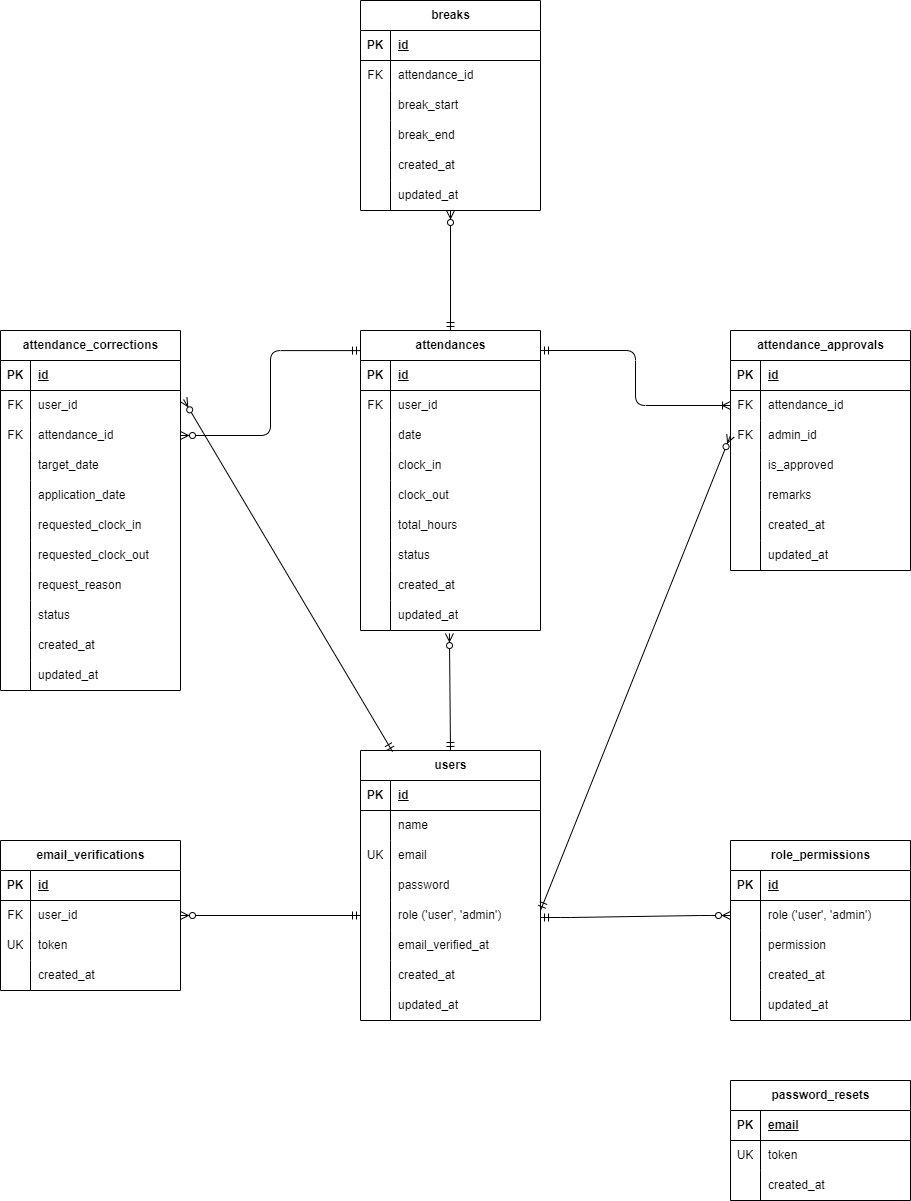
Before: ER.drawio.png, a diagram exported from draw.io (shimodum/mockcase-attendance). Source tidied: cells renumbered, new cells last; positions are measured from the earlier drawing's top-left corner, leaving out a move shared by most shapes.
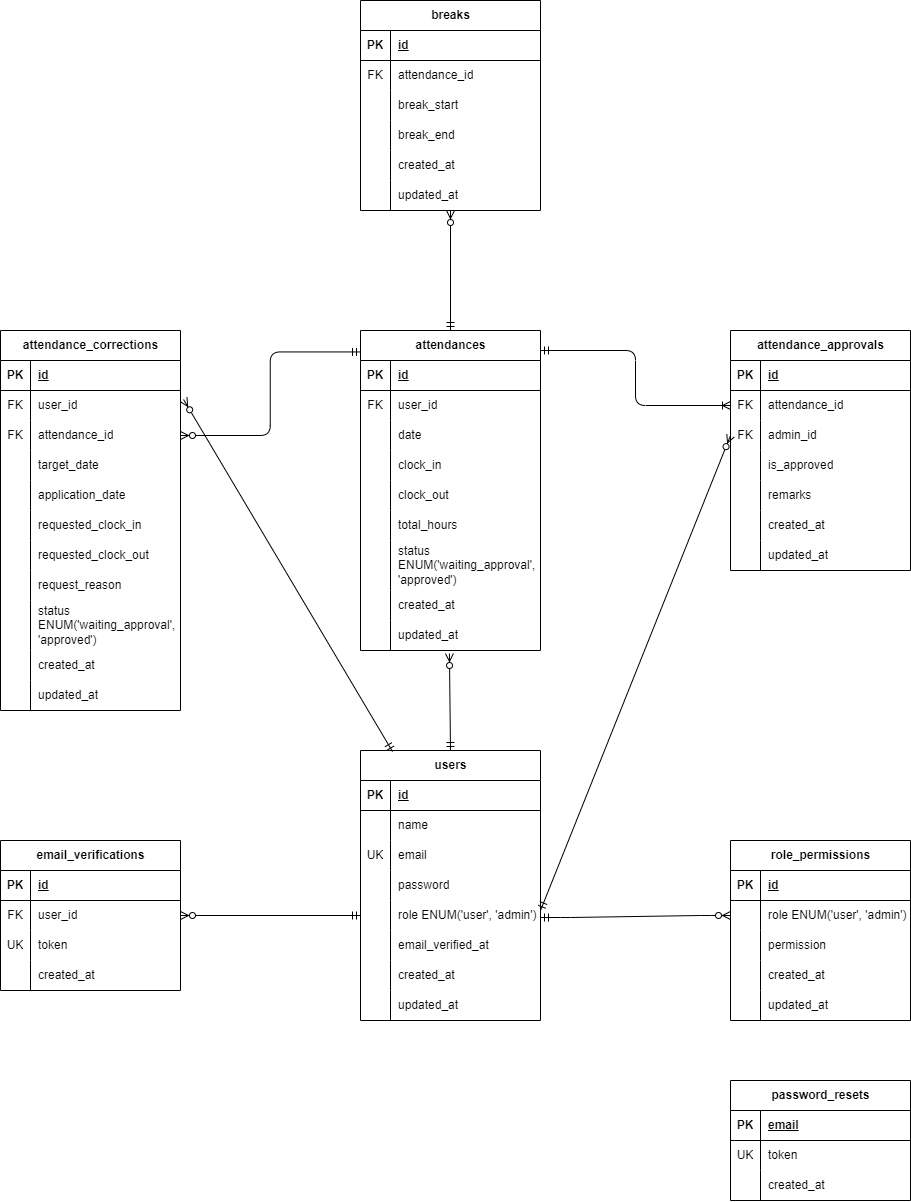
Above is the later version.

Change to the diagram source:
```diff
@@ -60,7 +60,7 @@
       <mxGeometry x="30" width="150" height="30" as="geometry" />
     </mxCell>
     <mxCell id="21" value="attendance_corrections" style="shape=table;startSize=30;rowLines=0;fontStyle=1;align=center;html=1;" parent="1" vertex="1">
-      <mxGeometry y="330" width="180" height="360" as="geometry" />
+      <mxGeometry y="330" width="180" height="380" as="geometry" />
     </mxCell>
     <mxCell id="22" style="shape=tableRow;horizontal=0;startSize=0;swimlaneHead=0;swimlaneBody=0;fillColor=none;top=0;left=0;right=0;bottom=1;" parent="21" vertex="1">
       <mxGeometry y="30" width="180" height="30" as="geometry" />
@@ -135,16 +135,16 @@
       <mxGeometry x="30" width="150" height="30" as="geometry" />
     </mxCell>
     <mxCell id="46" style="shape=tableRow;horizontal=0;startSize=0;swimlaneHead=0;swimlaneBody=0;fillColor=none;top=0;left=0;right=0;bottom=0;" parent="21" vertex="1">
-      <mxGeometry y="270" width="180" height="30" as="geometry" />
+      <mxGeometry y="270" width="180" height="50" as="geometry" />
     </mxCell>
     <mxCell id="47" style="shape=partialRectangle;fillColor=none;top=0;left=0;bottom=0;right=0;overflow=hidden;whiteSpace=wrap;html=1;" parent="46" vertex="1">
-      <mxGeometry width="30" height="30" as="geometry" />
+      <mxGeometry width="30" height="50" as="geometry" />
     </mxCell>
-    <mxCell id="48" value="status" style="shape=partialRectangle;fillColor=none;top=0;left=0;bottom=0;right=0;align=left;spacingLeft=6;overflow=hidden;whiteSpace=wrap;html=1;" parent="46" vertex="1">
-      <mxGeometry x="30" width="150" height="30" as="geometry" />
+    <mxCell id="48" value="status ENUM('waiting_approval', 'approved')" style="shape=partialRectangle;fillColor=none;top=0;left=0;bottom=0;right=0;align=left;spacingLeft=6;overflow=hidden;whiteSpace=wrap;html=1;" parent="46" vertex="1">
+      <mxGeometry x="30" width="150" height="50" as="geometry" />
     </mxCell>
     <mxCell id="49" style="shape=tableRow;horizontal=0;startSize=0;swimlaneHead=0;swimlaneBody=0;fillColor=none;top=0;left=0;right=0;bottom=0;" parent="21" vertex="1">
-      <mxGeometry y="300" width="180" height="30" as="geometry" />
+      <mxGeometry y="320" width="180" height="30" as="geometry" />
     </mxCell>
     <mxCell id="50" style="shape=partialRectangle;fillColor=none;top=0;left=0;bottom=0;right=0;overflow=hidden;whiteSpace=wrap;html=1;" parent="49" vertex="1">
       <mxGeometry width="30" height="30" as="geometry" />
@@ -153,7 +153,7 @@
       <mxGeometry x="30" width="150" height="30" as="geometry" />
     </mxCell>
     <mxCell id="52" style="shape=tableRow;horizontal=0;startSize=0;swimlaneHead=0;swimlaneBody=0;fillColor=none;top=0;left=0;right=0;bottom=0;" parent="21" vertex="1">
-      <mxGeometry y="330" width="180" height="30" as="geometry" />
+      <mxGeometry y="350" width="180" height="30" as="geometry" />
     </mxCell>
     <mxCell id="53" style="shape=partialRectangle;fillColor=none;top=0;left=0;bottom=0;right=0;overflow=hidden;whiteSpace=wrap;html=1;" parent="52" vertex="1">
       <mxGeometry width="30" height="30" as="geometry" />
@@ -236,7 +236,7 @@
     <mxCell id="79" style="shape=partialRectangle;fillColor=none;top=0;left=0;bottom=0;right=0;overflow=hidden;whiteSpace=wrap;html=1;" parent="78" vertex="1">
       <mxGeometry width="30" height="30" as="geometry" />
     </mxCell>
-    <mxCell id="80" value="role ('user', 'admin')" style="shape=partialRectangle;fillColor=none;top=0;left=0;bottom=0;right=0;align=left;spacingLeft=6;overflow=hidden;whiteSpace=wrap;html=1;" parent="78" vertex="1">
+    <mxCell id="80" value="role ENUM('user', 'admin')" style="shape=partialRectangle;fillColor=none;top=0;left=0;bottom=0;right=0;align=left;spacingLeft=6;overflow=hidden;whiteSpace=wrap;html=1;" parent="78" vertex="1">
       <mxGeometry x="30" width="150" height="30" as="geometry" />
     </mxCell>
     <mxCell id="81" style="shape=tableRow;horizontal=0;startSize=0;swimlaneHead=0;swimlaneBody=0;fillColor=none;top=0;left=0;right=0;bottom=0;" parent="65" vertex="1">
@@ -284,7 +284,7 @@
     <mxCell id="95" style="shape=partialRectangle;fillColor=none;top=0;left=0;bottom=0;right=0;overflow=hidden;whiteSpace=wrap;html=1;" parent="94" vertex="1">
       <mxGeometry width="30" height="30" as="geometry" />
     </mxCell>
-    <mxCell id="96" value="role ('user', 'admin')" style="shape=partialRectangle;fillColor=none;top=0;left=0;bottom=0;right=0;align=left;spacingLeft=6;overflow=hidden;whiteSpace=wrap;html=1;" parent="94" vertex="1">
+    <mxCell id="96" value="role ENUM('user', 'admin')" style="shape=partialRectangle;fillColor=none;top=0;left=0;bottom=0;right=0;align=left;spacingLeft=6;overflow=hidden;whiteSpace=wrap;html=1;" parent="94" vertex="1">
       <mxGeometry x="30" width="150" height="30" as="geometry" />
     </mxCell>
     <mxCell id="97" style="shape=tableRow;horizontal=0;startSize=0;swimlaneHead=0;swimlaneBody=0;fillColor=none;top=0;left=0;right=0;bottom=0;" parent="90" vertex="1">
@@ -315,7 +315,7 @@
       <mxGeometry x="30" width="150" height="30" as="geometry" />
     </mxCell>
     <mxCell id="106" value="attendances" style="shape=table;startSize=30;rowLines=0;fontStyle=1;align=center;html=1;" parent="1" vertex="1">
-      <mxGeometry x="360" y="330" width="180" height="300" as="geometry" />
+      <mxGeometry x="360" y="330" width="180" height="320" as="geometry" />
     </mxCell>
     <mxCell id="107" style="shape=tableRow;horizontal=0;startSize=0;swimlaneHead=0;swimlaneBody=0;fillColor=none;top=0;left=0;right=0;bottom=1;" parent="106" vertex="1">
       <mxGeometry y="30" width="180" height="30" as="geometry" />
@@ -372,16 +372,16 @@
       <mxGeometry x="30" width="150" height="30" as="geometry" />
     </mxCell>
     <mxCell id="125" style="shape=tableRow;horizontal=0;startSize=0;swimlaneHead=0;swimlaneBody=0;fillColor=none;top=0;left=0;right=0;bottom=0;" parent="106" vertex="1">
-      <mxGeometry y="210" width="180" height="30" as="geometry" />
+      <mxGeometry y="210" width="180" height="50" as="geometry" />
     </mxCell>
     <mxCell id="126" style="shape=partialRectangle;fillColor=none;top=0;left=0;bottom=0;right=0;overflow=hidden;whiteSpace=wrap;html=1;" parent="125" vertex="1">
-      <mxGeometry width="30" height="30" as="geometry" />
+      <mxGeometry width="30" height="50" as="geometry" />
     </mxCell>
-    <mxCell id="127" value="status" style="shape=partialRectangle;fillColor=none;top=0;left=0;bottom=0;right=0;align=left;spacingLeft=6;overflow=hidden;whiteSpace=wrap;html=1;" parent="125" vertex="1">
-      <mxGeometry x="30" width="150" height="30" as="geometry" />
+    <mxCell id="127" value="status ENUM('waiting_approval', 'approved')" style="shape=partialRectangle;fillColor=none;top=0;left=0;bottom=0;right=0;align=left;spacingLeft=6;overflow=hidden;whiteSpace=wrap;html=1;" parent="125" vertex="1">
+      <mxGeometry x="30" width="150" height="50" as="geometry" />
     </mxCell>
     <mxCell id="128" style="shape=tableRow;horizontal=0;startSize=0;swimlaneHead=0;swimlaneBody=0;fillColor=none;top=0;left=0;right=0;bottom=0;" parent="106" vertex="1">
-      <mxGeometry y="240" width="180" height="30" as="geometry" />
+      <mxGeometry y="260" width="180" height="30" as="geometry" />
     </mxCell>
     <mxCell id="129" style="shape=partialRectangle;fillColor=none;top=0;left=0;bottom=0;right=0;overflow=hidden;whiteSpace=wrap;html=1;" parent="128" vertex="1">
       <mxGeometry width="30" height="30" as="geometry" />
@@ -390,7 +390,7 @@
       <mxGeometry x="30" width="150" height="30" as="geometry" />
     </mxCell>
     <mxCell id="131" style="shape=tableRow;horizontal=0;startSize=0;swimlaneHead=0;swimlaneBody=0;fillColor=none;points=[[0,0.5],[1,0.5]];portConstraint=eastwest;top=0;left=0;right=0;bottom=0;" parent="106" vertex="1">
-      <mxGeometry y="270" width="180" height="30" as="geometry" />
+      <mxGeometry y="290" width="180" height="30" as="geometry" />
     </mxCell>
     <mxCell id="132" style="shape=partialRectangle;fillColor=none;top=0;left=0;bottom=0;right=0;overflow=hidden;whiteSpace=wrap;html=1;" parent="131" vertex="1">
       <mxGeometry width="30" height="30" as="geometry" />
```
